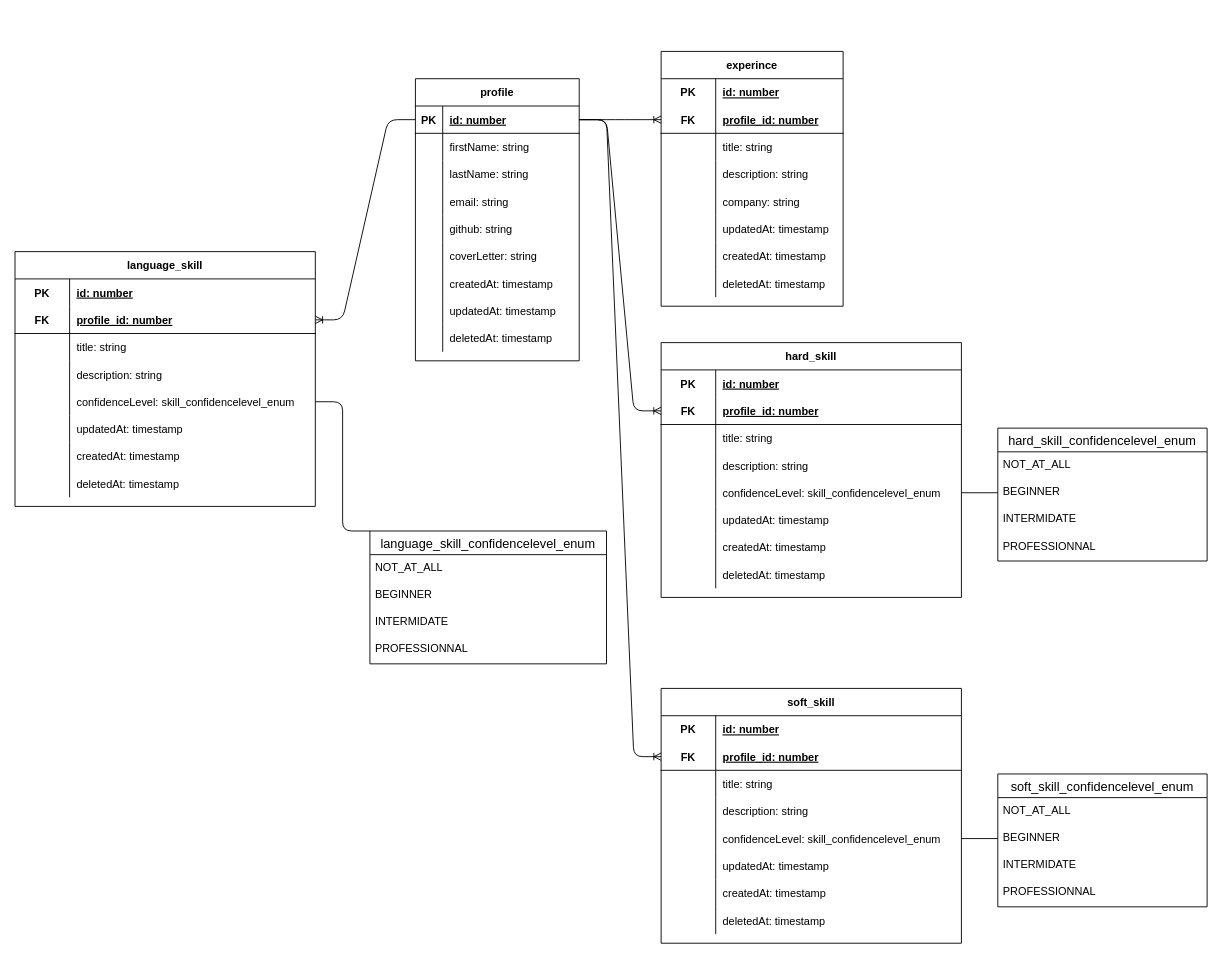
Earlier version of the draw.io diagram docs/database/diagram.drawio (setthasit/three-portfolio). Source tidied: cells renumbered, new cells numbered last; positions are measured from the earlier drawing's top-left corner, leaving out a move shared by most shapes. Both pictures are drawn from the tidied source at 91%, with x=0, y=0 at pixel (15, 51).
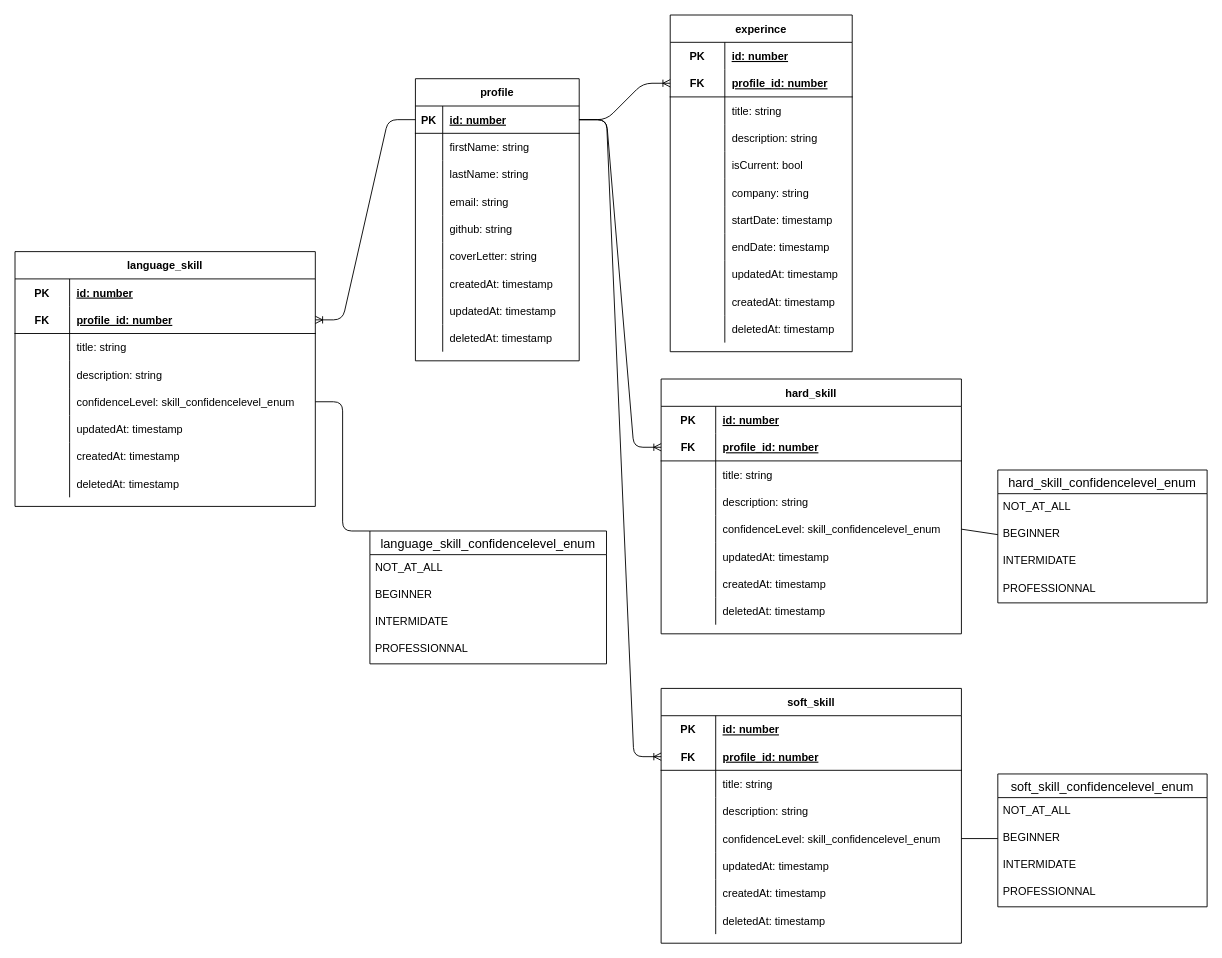
The same page after the edit.

Diff of the diagram source:
```diff
@@
     <mxCell id="30" value="experince" style="shape=table;startSize=30;childLayout=tableLayout;rowLines=0;fontStyle=1;align=center;" parent="1" vertex="1">
-      <mxGeometry x="710" width="200" height="280" as="geometry" />
+      <mxGeometry x="720" y="-40" width="200" height="370" as="geometry" />
     </mxCell>
@@
+    <mxCell id="152" style="shape=partialRectangle;fillColor=none;top=0;left=0;bottom=0;right=0;" parent="30" vertex="1">
+      <mxGeometry y="150" width="200" height="30" as="geometry" />
+    </mxCell>
+    <mxCell id="153" style="shape=partialRectangle;fillColor=none;top=0;left=0;bottom=0;right=0;overflow=hidden;" parent="152" vertex="1">
+      <mxGeometry width="60" height="30" as="geometry" />
+    </mxCell>
+    <mxCell id="154" value="isCurrent: bool" style="shape=partialRectangle;fillColor=none;top=0;left=0;bottom=0;right=0;align=left;spacingLeft=6;overflow=hidden;" parent="152" vertex="1">
+      <mxGeometry x="60" width="140" height="30" as="geometry" />
+    </mxCell>
     <mxCell id="43" style="shape=partialRectangle;fillColor=none;top=0;left=0;bottom=0;right=0;" parent="30" vertex="1">
-      <mxGeometry y="150" width="200" height="30" as="geometry" />
+      <mxGeometry y="180" width="200" height="30" as="geometry" />
     </mxCell>
@@
+    <mxCell id="155" style="shape=partialRectangle;fillColor=none;top=0;left=0;bottom=0;right=0;" parent="30" vertex="1">
+      <mxGeometry y="210" width="200" height="30" as="geometry" />
+    </mxCell>
+    <mxCell id="156" style="shape=partialRectangle;fillColor=none;top=0;left=0;bottom=0;right=0;overflow=hidden;" parent="155" vertex="1">
+      <mxGeometry width="60" height="30" as="geometry" />
+    </mxCell>
+    <mxCell id="157" value="startDate: timestamp" style="shape=partialRectangle;fillColor=none;top=0;left=0;bottom=0;right=0;align=left;spacingLeft=6;overflow=hidden;" parent="155" vertex="1">
+      <mxGeometry x="60" width="140" height="30" as="geometry" />
+    </mxCell>
+    <mxCell id="158" style="shape=partialRectangle;fillColor=none;top=0;left=0;bottom=0;right=0;" parent="30" vertex="1">
+      <mxGeometry y="240" width="200" height="30" as="geometry" />
+    </mxCell>
+    <mxCell id="159" style="shape=partialRectangle;fillColor=none;top=0;left=0;bottom=0;right=0;overflow=hidden;" parent="158" vertex="1">
+      <mxGeometry width="60" height="30" as="geometry" />
+    </mxCell>
+    <mxCell id="160" value="endDate: timestamp" style="shape=partialRectangle;fillColor=none;top=0;left=0;bottom=0;right=0;align=left;spacingLeft=6;overflow=hidden;" parent="158" vertex="1">
+      <mxGeometry x="60" width="140" height="30" as="geometry" />
+    </mxCell>
     <mxCell id="46" style="shape=partialRectangle;fillColor=none;top=0;left=0;bottom=0;right=0;" parent="30" vertex="1">
-      <mxGeometry y="180" width="200" height="30" as="geometry" />
+      <mxGeometry y="270" width="200" height="30" as="geometry" />
     </mxCell>
@@
     <mxCell id="49" style="shape=partialRectangle;fillColor=none;top=0;left=0;bottom=0;right=0;" parent="30" vertex="1">
-      <mxGeometry y="210" width="200" height="30" as="geometry" />
+      <mxGeometry y="300" width="200" height="30" as="geometry" />
     </mxCell>
@@
     <mxCell id="52" style="shape=partialRectangle;fillColor=none;top=0;left=0;bottom=0;right=0;" parent="30" vertex="1">
-      <mxGeometry y="240" width="200" height="30" as="geometry" />
+      <mxGeometry y="330" width="200" height="30" as="geometry" />
     </mxCell>
@@
     <mxCell id="56" value="hard_skill" style="shape=table;startSize=30;childLayout=tableLayout;rowLines=0;fontStyle=1;align=center;" parent="1" vertex="1">
-      <mxGeometry x="710" y="320" width="330" height="280" as="geometry" />
+      <mxGeometry x="710" y="360" width="330" height="280" as="geometry" />
     </mxCell>
@@
     <mxCell id="82" value="hard_skill_confidencelevel_enum" style="swimlane;fontStyle=0;horizontal=1;startSize=26;align=center;fontSize=14;" parent="1" vertex="1">
-      <mxGeometry x="1080" y="414" width="230" height="146" as="geometry" />
+      <mxGeometry x="1080" y="460" width="230" height="146" as="geometry" />
     </mxCell>
```
